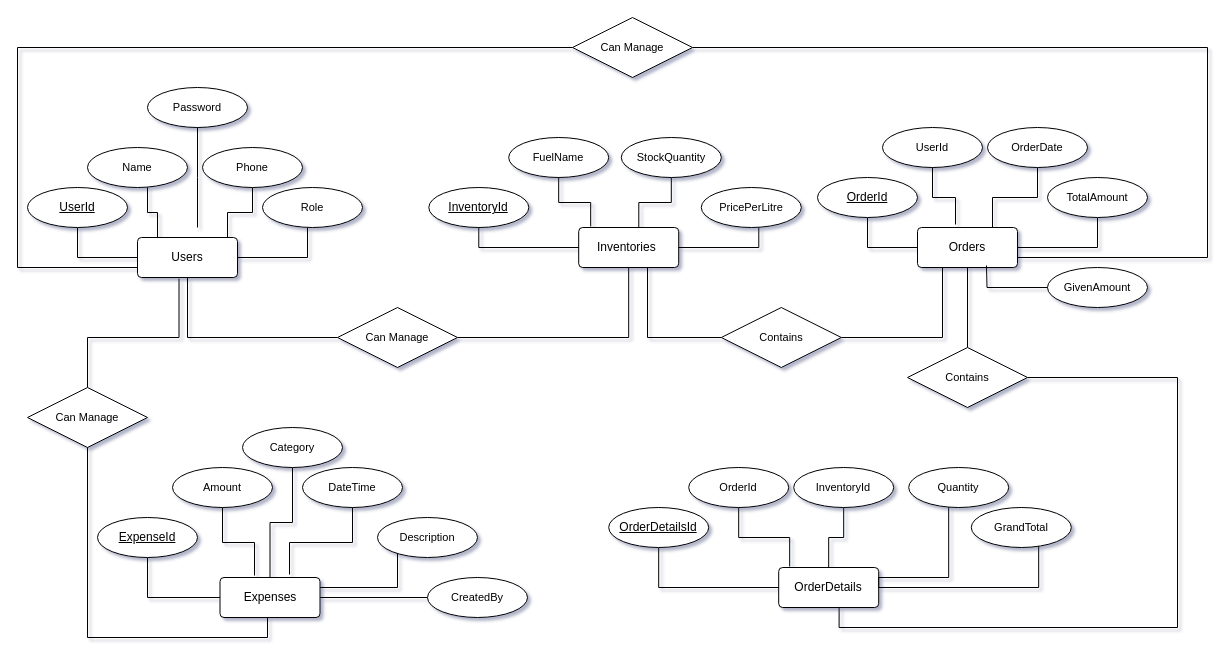
faysal-ahammed-chowdhury/Filling-Station-Management keeps this draw.io diagram as ER_Diagram.drawio. Above is the earlier version. Source tidied: cells renumbered, new cells numbered last; positions are measured from the earlier drawing's top-left corner, leaving out a move shared by most shapes. Both pictures are drawn from the tidied source at 100%, with x=0, y=0 at pixel (-33, 17).
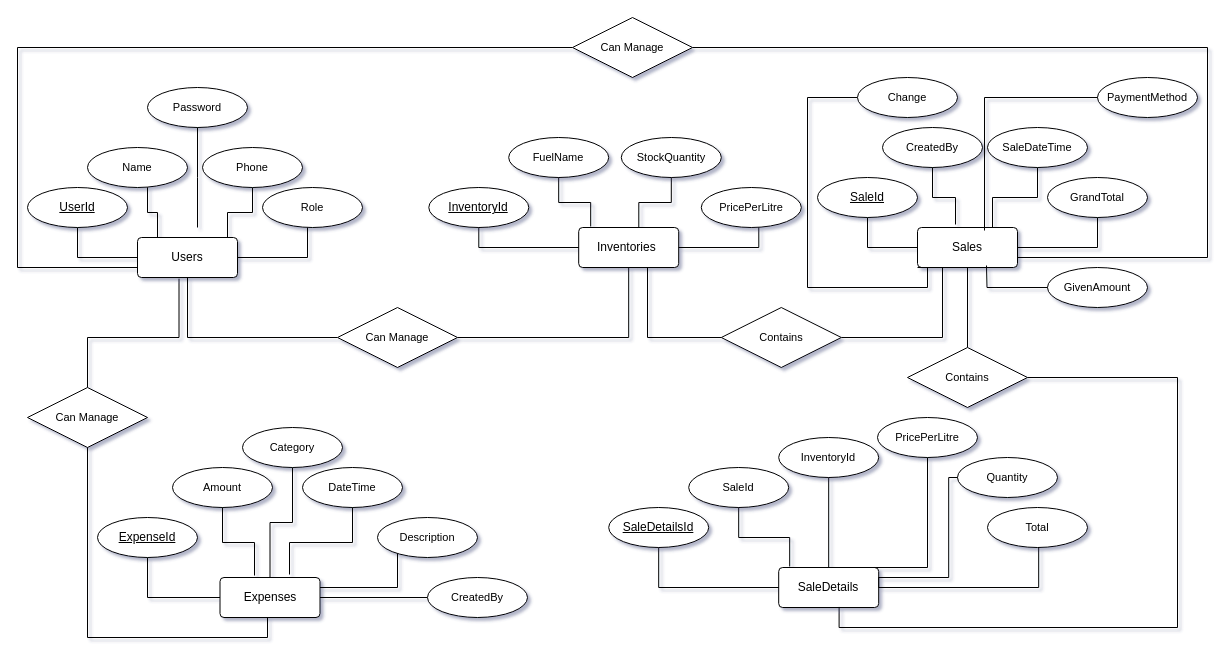
The same diagram, later.

Commit message (it also covers changes not shown here):
Sales READ done

Change to the diagram source:
```diff
@@
-    <mxCell id="25" value="Orders" style="rounded=1;arcSize=10;whiteSpace=wrap;html=1;align=center;" parent="1" vertex="1">
+    <mxCell id="25" value="Sales" style="rounded=1;arcSize=10;whiteSpace=wrap;html=1;align=center;" parent="1" vertex="1">
       <mxGeometry x="950" y="210" width="100" height="40" as="geometry" />
     </mxCell>
@@
-    <mxCell id="27" value="OrderId" style="ellipse;whiteSpace=wrap;html=1;align=center;fontStyle=4;" parent="1" vertex="1">
+    <mxCell id="27" value="SaleId" style="ellipse;whiteSpace=wrap;html=1;align=center;fontStyle=4;" parent="1" vertex="1">
       <mxGeometry x="850" y="160" width="100" height="40" as="geometry" />
     </mxCell>
@@
-    <mxCell id="29" value="OrderDate" style="ellipse;whiteSpace=wrap;html=1;align=center;fontFamily=Helvetica;fontSize=11;fontColor=default;labelBackgroundColor=default;" parent="1" vertex="1">
+    <mxCell id="29" value="SaleDateTime" style="ellipse;whiteSpace=wrap;html=1;align=center;fontFamily=Helvetica;fontSize=11;fontColor=default;labelBackgroundColor=default;" parent="1" vertex="1">
       <mxGeometry x="1020" y="110" width="100" height="40" as="geometry" />
     </mxCell>
-    <mxCell id="30" value="UserId" style="ellipse;whiteSpace=wrap;html=1;align=center;fontFamily=Helvetica;fontSize=11;fontColor=default;labelBackgroundColor=default;" parent="1" vertex="1">
+    <mxCell id="30" value="CreatedBy" style="ellipse;whiteSpace=wrap;html=1;align=center;fontFamily=Helvetica;fontSize=11;fontColor=default;labelBackgroundColor=default;" parent="1" vertex="1">
       <mxGeometry x="915" y="110" width="100" height="40" as="geometry" />
     </mxCell>
@@
-    <mxCell id="32" value="TotalAmount" style="ellipse;whiteSpace=wrap;html=1;align=center;fontFamily=Helvetica;fontSize=11;fontColor=default;labelBackgroundColor=default;" parent="1" vertex="1">
+    <mxCell id="32" value="GrandTotal" style="ellipse;whiteSpace=wrap;html=1;align=center;fontFamily=Helvetica;fontSize=11;fontColor=default;labelBackgroundColor=default;" parent="1" vertex="1">
       <mxGeometry x="1080" y="160" width="100" height="40" as="geometry" />
     </mxCell>
@@
-    <mxCell id="34" value="OrderDetails" style="rounded=1;arcSize=10;whiteSpace=wrap;html=1;align=center;" parent="1" vertex="1">
+    <mxCell id="34" value="SaleDetails" style="rounded=1;arcSize=10;whiteSpace=wrap;html=1;align=center;" parent="1" vertex="1">
       <mxGeometry x="811.2" y="550" width="100" height="40" as="geometry" />
     </mxCell>
@@
-    <mxCell id="36" value="OrderDetailsId" style="ellipse;whiteSpace=wrap;html=1;align=center;fontStyle=4;" parent="1" vertex="1">
+    <mxCell id="36" value="SaleDetailsId" style="ellipse;whiteSpace=wrap;html=1;align=center;fontStyle=4;" parent="1" vertex="1">
       <mxGeometry x="641.2" y="490" width="100" height="40" as="geometry" />
     </mxCell>
-    <mxCell id="37" value="OrderId" style="ellipse;whiteSpace=wrap;html=1;align=center;fontFamily=Helvetica;fontSize=11;fontColor=default;labelBackgroundColor=default;" parent="1" vertex="1">
+    <mxCell id="37" value="SaleId" style="ellipse;whiteSpace=wrap;html=1;align=center;fontFamily=Helvetica;fontSize=11;fontColor=default;labelBackgroundColor=default;" parent="1" vertex="1">
       <mxGeometry x="721.2" y="450" width="100" height="40" as="geometry" />
     </mxCell>
@@
     <mxCell id="39" value="InventoryId" style="ellipse;whiteSpace=wrap;html=1;align=center;fontFamily=Helvetica;fontSize=11;fontColor=default;labelBackgroundColor=default;" parent="1" vertex="1">
-      <mxGeometry x="826.2" y="450" width="100" height="40" as="geometry" />
+      <mxGeometry x="811.2" y="420" width="100" height="40" as="geometry" />
     </mxCell>
     <mxCell id="40" value="Quantity" style="ellipse;whiteSpace=wrap;html=1;align=center;fontFamily=Helvetica;fontSize=11;fontColor=default;labelBackgroundColor=default;" parent="1" vertex="1">
-      <mxGeometry x="941.2" y="450" width="100" height="40" as="geometry" />
+      <mxGeometry x="990" y="440" width="100" height="40" as="geometry" />
     </mxCell>
@@
-    <mxCell id="42" value="GrandTotal" style="ellipse;whiteSpace=wrap;html=1;align=center;fontFamily=Helvetica;fontSize=11;fontColor=default;labelBackgroundColor=default;" parent="1" vertex="1">
-      <mxGeometry x="1003.8" y="490" width="100" height="40" as="geometry" />
+    <mxCell id="42" value="Total" style="ellipse;whiteSpace=wrap;html=1;align=center;fontFamily=Helvetica;fontSize=11;fontColor=default;labelBackgroundColor=default;" parent="1" vertex="1">
+      <mxGeometry x="1020" y="490" width="100" height="40" as="geometry" />
     </mxCell>
@@
+    <mxCell id="74" style="edgeStyle=orthogonalEdgeStyle;rounded=0;jettySize=auto;html=1;entryX=0.75;entryY=0;entryDx=0;entryDy=0;endArrow=none;endFill=0;" parent="1" edge="1" source="75" target="34">
+      <mxGeometry relative="1" as="geometry">
+        <Array as="points">
+          <mxPoint x="960" y="550" />
+        </Array>
+      </mxGeometry>
+    </mxCell>
+    <mxCell id="75" value="PricePerLitre" style="ellipse;whiteSpace=wrap;html=1;align=center;fontFamily=Helvetica;fontSize=11;fontColor=default;labelBackgroundColor=default;" parent="1" vertex="1">
+      <mxGeometry x="910" y="400" width="100" height="40" as="geometry" />
+    </mxCell>
+    <mxCell id="76" style="edgeStyle=orthogonalEdgeStyle;rounded=0;jettySize=auto;html=1;entryX=0;entryY=1;entryDx=0;entryDy=0;endArrow=none;endFill=0;" parent="1" edge="1" source="77" target="25">
+      <mxGeometry relative="1" as="geometry">
+        <Array as="points">
+          <mxPoint x="840" y="80" />
+          <mxPoint x="840" y="270" />
+          <mxPoint x="960" y="270" />
+          <mxPoint x="960" y="250" />
+        </Array>
+      </mxGeometry>
+    </mxCell>
+    <mxCell id="77" value="Change" style="ellipse;whiteSpace=wrap;html=1;align=center;fontFamily=Helvetica;fontSize=11;fontColor=default;labelBackgroundColor=default;" parent="1" vertex="1">
+      <mxGeometry x="890" y="60" width="100" height="40" as="geometry" />
+    </mxCell>
+    <mxCell id="78" value="PaymentMethod" style="ellipse;whiteSpace=wrap;html=1;align=center;fontFamily=Helvetica;fontSize=11;fontColor=default;labelBackgroundColor=default;" parent="1" vertex="1">
+      <mxGeometry x="1130" y="60" width="100" height="40" as="geometry" />
+    </mxCell>
+    <mxCell id="79" style="edgeStyle=orthogonalEdgeStyle;rounded=0;jettySize=auto;html=1;entryX=0.67;entryY=0.075;entryDx=0;entryDy=0;entryPerimeter=0;endArrow=none;endFill=0;" parent="1" edge="1" source="78" target="25">
+      <mxGeometry relative="1" as="geometry" />
+    </mxCell>
```
